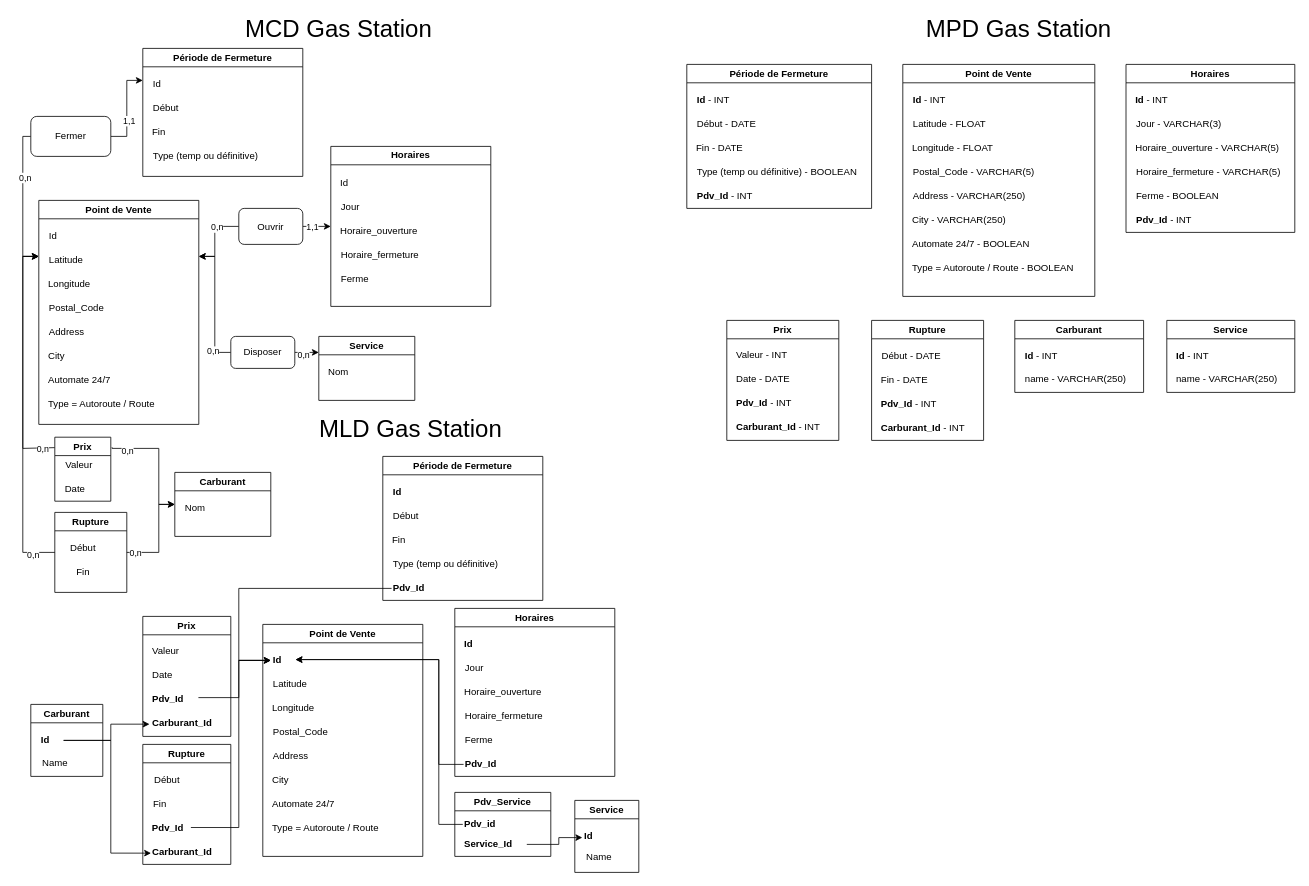
RomainWirth/RomainWirth keeps this draw.io diagram as Bases-De-Données_&_PHP-DATAVIZ/MLD-MCD_gas-station.drawio. Above is the earlier version. Source tidied: cells renumbered, new cells numbered last; positions are measured from the earlier drawing's top-left corner, leaving out a move shared by most shapes. Both pictures are drawn from the tidied source at 80%, with x=0, y=0 at pixel (22, 16).
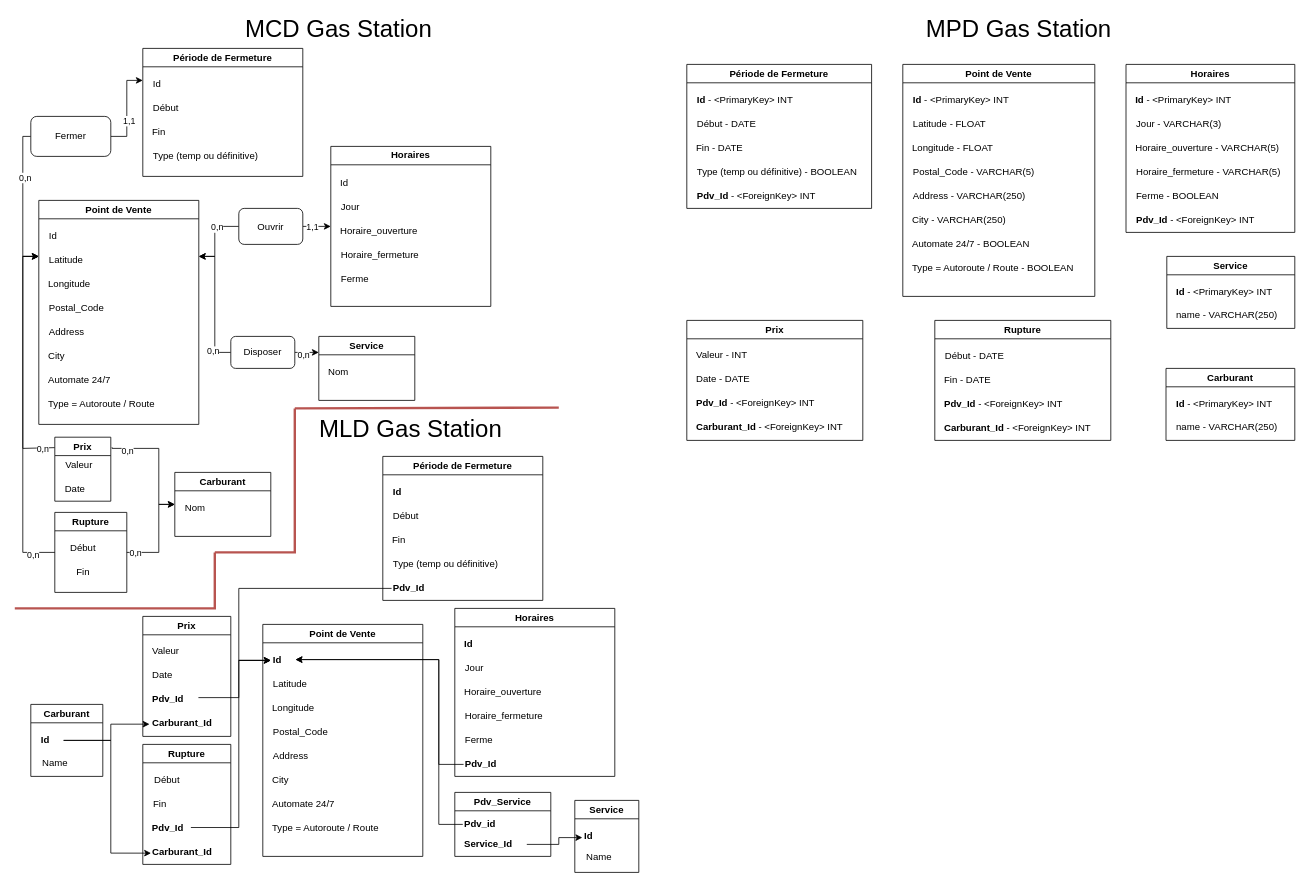
The same diagram, later.

Commit message:
Mettre à jour MLD-MCD_gas-station.drawio

The change refers to these unchanged cells:
```xml
<mxCell id="107" value="Période de Fermeture" style="swimlane;whiteSpace=wrap;html=1;" parent="1" vertex="1">
  <mxGeometry x="830" y="60" width="231" height="180" as="geometry" />
</mxCell>
<mxCell id="113" value="Point de Vente" style="swimlane;whiteSpace=wrap;html=1;" parent="1" vertex="1">
  <mxGeometry x="1100" y="60" width="240" height="290" as="geometry" />
</mxCell>
<mxCell id="122" value="Horaires" style="swimlane;whiteSpace=wrap;html=1;" parent="1" vertex="1">
  <mxGeometry x="1379" y="60" width="211" height="210" as="geometry" />
</mxCell>
```

The edit, as a diff of the source:
```diff
@@
-    <mxCell id="111" value="&lt;div align=&quot;left&quot;&gt;&lt;b&gt;Id &lt;/b&gt;- INT&lt;/div&gt;" style="text;html=1;align=left;verticalAlign=middle;strokeColor=none;fillColor=none;" parent="107" vertex="1">
-      <mxGeometry x="11" y="30" width="60" height="30" as="geometry" />
+    <mxCell id="111" value="&lt;div align=&quot;left&quot;&gt;&lt;b&gt;Id &lt;/b&gt;-&amp;nbsp;&lt;span style=&quot;background-color: initial;&quot;&gt;&amp;lt;PrimaryKey&amp;gt;&amp;nbsp;&lt;/span&gt;&lt;span style=&quot;background-color: initial;&quot;&gt;INT&lt;/span&gt;&lt;/div&gt;" style="text;html=1;align=left;verticalAlign=middle;strokeColor=none;fillColor=none;" parent="107" vertex="1">
+      <mxGeometry x="11" y="30" width="140" height="30" as="geometry" />
     </mxCell>
-    <mxCell id="112" value="&lt;b&gt;Pdv_Id &lt;/b&gt;- INT" style="text;html=1;align=left;verticalAlign=middle;strokeColor=none;fillColor=none;" parent="107" vertex="1">
-      <mxGeometry x="11" y="150" width="90" height="30" as="geometry" />
+    <mxCell id="112" value="&lt;b&gt;Pdv_Id &lt;/b&gt;- &amp;lt;ForeignKey&amp;gt; INT" style="text;html=1;align=left;verticalAlign=middle;strokeColor=none;fillColor=none;" parent="107" vertex="1">
+      <mxGeometry x="11" y="150" width="170" height="30" as="geometry" />
     </mxCell>
@@
-    <mxCell id="121" value="&lt;div align=&quot;left&quot;&gt;&lt;b&gt;Id &lt;/b&gt;- INT&lt;/div&gt;" style="text;html=1;align=left;verticalAlign=middle;strokeColor=none;fillColor=none;" parent="113" vertex="1">
-      <mxGeometry x="11" y="30" width="60" height="30" as="geometry" />
+    <mxCell id="121" value="&lt;div align=&quot;left&quot;&gt;&lt;b&gt;Id &lt;/b&gt;-&amp;nbsp;&lt;span style=&quot;background-color: initial;&quot;&gt;&amp;lt;PrimaryKey&amp;gt;&amp;nbsp;&lt;/span&gt;&lt;span style=&quot;background-color: initial;&quot;&gt;INT&lt;/span&gt;&lt;/div&gt;" style="text;html=1;align=left;verticalAlign=middle;strokeColor=none;fillColor=none;" parent="113" vertex="1">
+      <mxGeometry x="11" y="30" width="140" height="30" as="geometry" />
     </mxCell>
@@
-    <mxCell id="127" value="&lt;b&gt;Id &lt;/b&gt;- INT" style="text;html=1;align=left;verticalAlign=middle;strokeColor=none;fillColor=none;" parent="122" vertex="1">
-      <mxGeometry x="10" y="30" width="60" height="30" as="geometry" />
+    <mxCell id="127" value="&lt;b&gt;Id &lt;/b&gt;- &amp;lt;PrimaryKey&amp;gt;&amp;nbsp;INT" style="text;html=1;align=left;verticalAlign=middle;strokeColor=none;fillColor=none;" parent="122" vertex="1">
+      <mxGeometry x="10" y="30" width="140" height="30" as="geometry" />
     </mxCell>
-    <mxCell id="128" value="&lt;b&gt;Pdv_Id&lt;/b&gt;&amp;nbsp;- INT" style="text;html=1;align=left;verticalAlign=middle;strokeColor=none;fillColor=none;" parent="122" vertex="1">
-      <mxGeometry x="11" y="180" width="90" height="30" as="geometry" />
+    <mxCell id="128" value="&lt;b&gt;Pdv_Id&lt;/b&gt;&amp;nbsp;- &amp;lt;ForeignKey&amp;gt; INT" style="text;html=1;align=left;verticalAlign=middle;strokeColor=none;fillColor=none;" parent="122" vertex="1">
+      <mxGeometry x="11" y="180" width="170" height="30" as="geometry" />
     </mxCell>
     <mxCell id="129" value="Service" style="swimlane;whiteSpace=wrap;html=1;" parent="1" vertex="1">
-      <mxGeometry x="1430" y="380" width="160" height="90" as="geometry" />
+      <mxGeometry x="1430" y="300" width="160" height="90" as="geometry" />
     </mxCell>
-    <mxCell id="130" value="&lt;b&gt;Id &lt;/b&gt;- INT" style="text;html=1;align=left;verticalAlign=middle;strokeColor=none;fillColor=none;" parent="129" vertex="1">
-      <mxGeometry x="10" y="30" width="60" height="30" as="geometry" />
+    <mxCell id="130" value="&lt;b&gt;Id &lt;/b&gt;- &amp;lt;PrimaryKey&amp;gt;&amp;nbsp;INT" style="text;html=1;align=left;verticalAlign=middle;strokeColor=none;fillColor=none;" parent="129" vertex="1">
+      <mxGeometry x="10" y="30" width="140" height="30" as="geometry" />
     </mxCell>
@@
     <mxCell id="132" value="Prix" style="swimlane;whiteSpace=wrap;html=1;rounded=0;startSize=23;" parent="1" vertex="1">
-      <mxGeometry x="880" y="380" width="140" height="150" as="geometry" />
+      <mxGeometry x="830" y="380" width="220" height="150" as="geometry" />
     </mxCell>
@@
-    <mxCell id="135" value="&lt;b&gt;Pdv_Id &lt;/b&gt;- INT" style="text;html=1;align=left;verticalAlign=middle;strokeColor=none;fillColor=none;" parent="132" vertex="1">
-      <mxGeometry x="10" y="88" width="90" height="30" as="geometry" />
+    <mxCell id="135" value="&lt;b&gt;Pdv_Id &lt;/b&gt;- &amp;lt;ForeignKey&amp;gt;&amp;nbsp;INT" style="text;html=1;align=left;verticalAlign=middle;strokeColor=none;fillColor=none;" parent="132" vertex="1">
+      <mxGeometry x="10" y="88" width="170" height="30" as="geometry" />
     </mxCell>
-    <mxCell id="136" value="&lt;b&gt;Carburant_Id &lt;/b&gt;- INT" style="text;html=1;align=left;verticalAlign=middle;strokeColor=none;fillColor=none;" parent="132" vertex="1">
-      <mxGeometry x="10" y="118" width="130" height="30" as="geometry" />
+    <mxCell id="136" value="&lt;b&gt;Carburant_Id &lt;/b&gt;- &amp;lt;ForeignKey&amp;gt;&amp;nbsp;INT" style="text;html=1;align=left;verticalAlign=middle;strokeColor=none;fillColor=none;" parent="132" vertex="1">
+      <mxGeometry x="10" y="118" width="210" height="30" as="geometry" />
     </mxCell>
     <mxCell id="137" value="Rupture" style="swimlane;whiteSpace=wrap;html=1;" parent="1" vertex="1">
-      <mxGeometry x="1061" y="380" width="140" height="150" as="geometry" />
+      <mxGeometry x="1140" y="380" width="220" height="150" as="geometry" />
     </mxCell>
-    <mxCell id="138" value="&lt;b&gt;Carburant_Id &lt;/b&gt;- INT" style="text;html=1;align=left;verticalAlign=middle;strokeColor=none;fillColor=none;" parent="137" vertex="1">
-      <mxGeometry x="10" y="120" width="130" height="30" as="geometry" />
+    <mxCell id="138" value="&lt;b&gt;Carburant_Id &lt;/b&gt;- &amp;lt;ForeignKey&amp;gt;&amp;nbsp;INT" style="text;html=1;align=left;verticalAlign=middle;strokeColor=none;fillColor=none;" parent="137" vertex="1">
+      <mxGeometry x="10" y="120" width="210" height="30" as="geometry" />
     </mxCell>
@@
-    <mxCell id="141" value="&lt;div style=&quot;&quot;&gt;&lt;b style=&quot;background-color: initial;&quot;&gt;Pdv_Id &lt;/b&gt;&lt;span style=&quot;background-color: initial;&quot;&gt;- INT&lt;/span&gt;&lt;/div&gt;" style="text;html=1;align=left;verticalAlign=middle;strokeColor=none;fillColor=none;" parent="137" vertex="1">
-      <mxGeometry x="10" y="90" width="90" height="30" as="geometry" />
+    <mxCell id="141" value="&lt;div style=&quot;&quot;&gt;&lt;b style=&quot;background-color: initial;&quot;&gt;Pdv_Id &lt;/b&gt;&lt;span style=&quot;background-color: initial;&quot;&gt;-&amp;nbsp;&lt;/span&gt;&lt;span style=&quot;background-color: initial;&quot;&gt;&amp;lt;ForeignKey&amp;gt;&amp;nbsp;&lt;/span&gt;&lt;span style=&quot;background-color: initial;&quot;&gt;INT&lt;/span&gt;&lt;/div&gt;" style="text;html=1;align=left;verticalAlign=middle;strokeColor=none;fillColor=none;" parent="137" vertex="1">
+      <mxGeometry x="10" y="90" width="170" height="30" as="geometry" />
     </mxCell>
     <mxCell id="142" value="Carburant" style="swimlane;whiteSpace=wrap;html=1;" parent="1" vertex="1">
-      <mxGeometry x="1240" y="380" width="161" height="90" as="geometry" />
+      <mxGeometry x="1429" y="440" width="161" height="90" as="geometry" />
     </mxCell>
-    <mxCell id="143" value="&lt;b&gt;Id&lt;/b&gt;&amp;nbsp;- INT" style="text;html=1;align=left;verticalAlign=middle;strokeColor=none;fillColor=none;" parent="142" vertex="1">
-      <mxGeometry x="11" y="30" width="60" height="30" as="geometry" />
+    <mxCell id="143" value="&lt;b&gt;Id&lt;/b&gt;&amp;nbsp;- &amp;lt;PrimaryKey&amp;gt;&amp;nbsp;INT" style="text;html=1;align=left;verticalAlign=middle;strokeColor=none;fillColor=none;" parent="142" vertex="1">
+      <mxGeometry x="11" y="30" width="140" height="30" as="geometry" />
     </mxCell>
@@
+    <mxCell id="145" style="endArrow=none;html=1;rounded=0;fillColor=#f8cecc;strokeColor=#b85450;strokeWidth=3;" parent="1" edge="1">
+      <mxGeometry relative="1" as="geometry">
+        <mxPoint x="-10" y="740" as="sourcePoint" />
+        <mxPoint x="240" y="670" as="targetPoint" />
+        <Array as="points">
+          <mxPoint x="240" y="740" />
+        </Array>
+      </mxGeometry>
+    </mxCell>
+    <mxCell id="146" style="endArrow=none;html=1;rounded=0;fillColor=#f8cecc;strokeColor=#b85450;strokeWidth=3;" parent="1" edge="1">
+      <mxGeometry relative="1" as="geometry">
+        <mxPoint x="240" y="670" as="sourcePoint" />
+        <mxPoint x="340" y="490" as="targetPoint" />
+        <Array as="points">
+          <mxPoint x="340" y="670" />
+        </Array>
+      </mxGeometry>
+    </mxCell>
+    <mxCell id="147" style="endArrow=none;html=1;rounded=0;fillColor=#f8cecc;strokeColor=#b85450;strokeWidth=3;" parent="1" edge="1">
+      <mxGeometry relative="1" as="geometry">
+        <mxPoint x="340" y="490" as="sourcePoint" />
+        <mxPoint x="670" y="489" as="targetPoint" />
+      </mxGeometry>
+    </mxCell>
```
